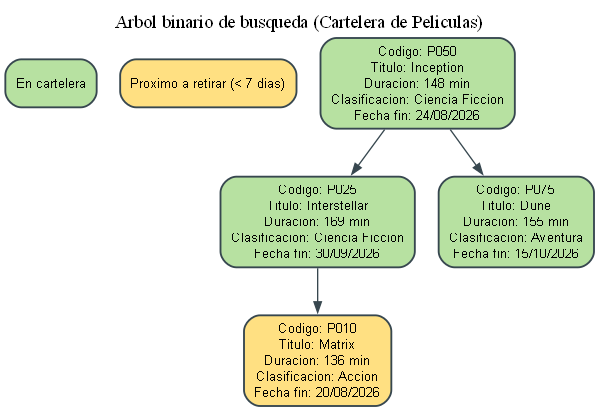
sergioraulquezel/EDD_2S2026_PY_202401290 keeps this Graphviz diagram as build/reporte_bst.png. Above is the earlier version. Its source is kept beside it as build/reporte_bst.dot.
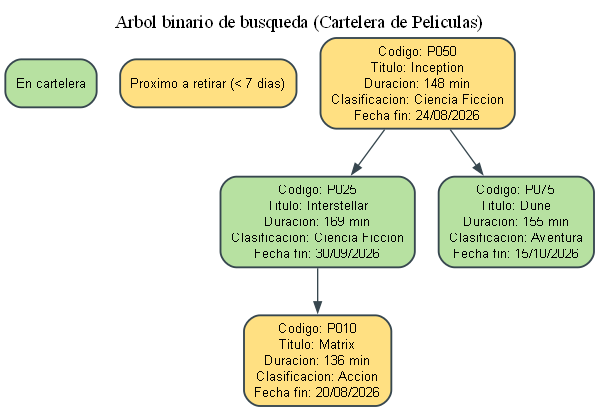
The same diagram one commit later.

The edit, as a diff of the source:
```diff
@@ -6,7 +6,7 @@
     leyenda_verde [label="En cartelera", fillcolor="#b7e1a1"];
     leyenda_amarillo [label="Proximo a retirar (< 7 dias)", fillcolor="#ffe082"];
     { rank=same; leyenda_verde; leyenda_amarillo; }
-    nodo50 [fillcolor="#b7e1a1", label="Codigo: P050\nTitulo: Inception\nDuracion: 148 min\nClasificacion: Ciencia Ficcion\nFecha fin: 24/08/2026"];
+    nodo50 [fillcolor="#ffe082", label="Codigo: P050\nTitulo: Inception\nDuracion: 148 min\nClasificacion: Ciencia Ficcion\nFecha fin: 24/08/2026"];
     nodo50 -> nodo25;
     nodo25 [fillcolor="#b7e1a1", label="Codigo: P025\nTitulo: Interstellar\nDuracion: 169 min\nClasificacion: Ciencia Ficcion\nFecha fin: 30/09/2026"];
     nodo25 -> nodo10;
```
